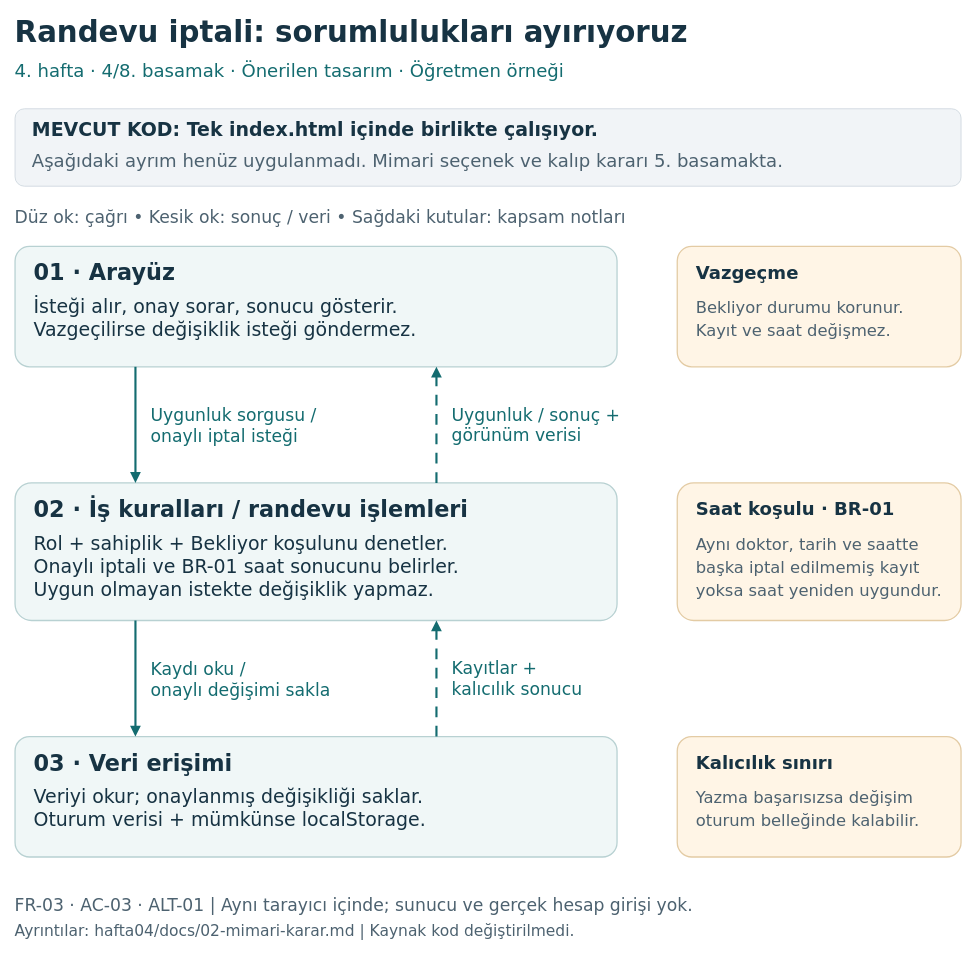
pozelll/-klinik-randevu-ogretmen keeps this draw.io diagram as hafta04/diagrams/01-bilesen.drawio. Above is the earlier version. Source tidied: cells renumbered, new cells numbered last; positions are measured from the earlier drawing's top-left corner, leaving out a move shared by most shapes. Both pictures are drawn from the tidied source at 86%, with x=0, y=0 at pixel (15, 19).
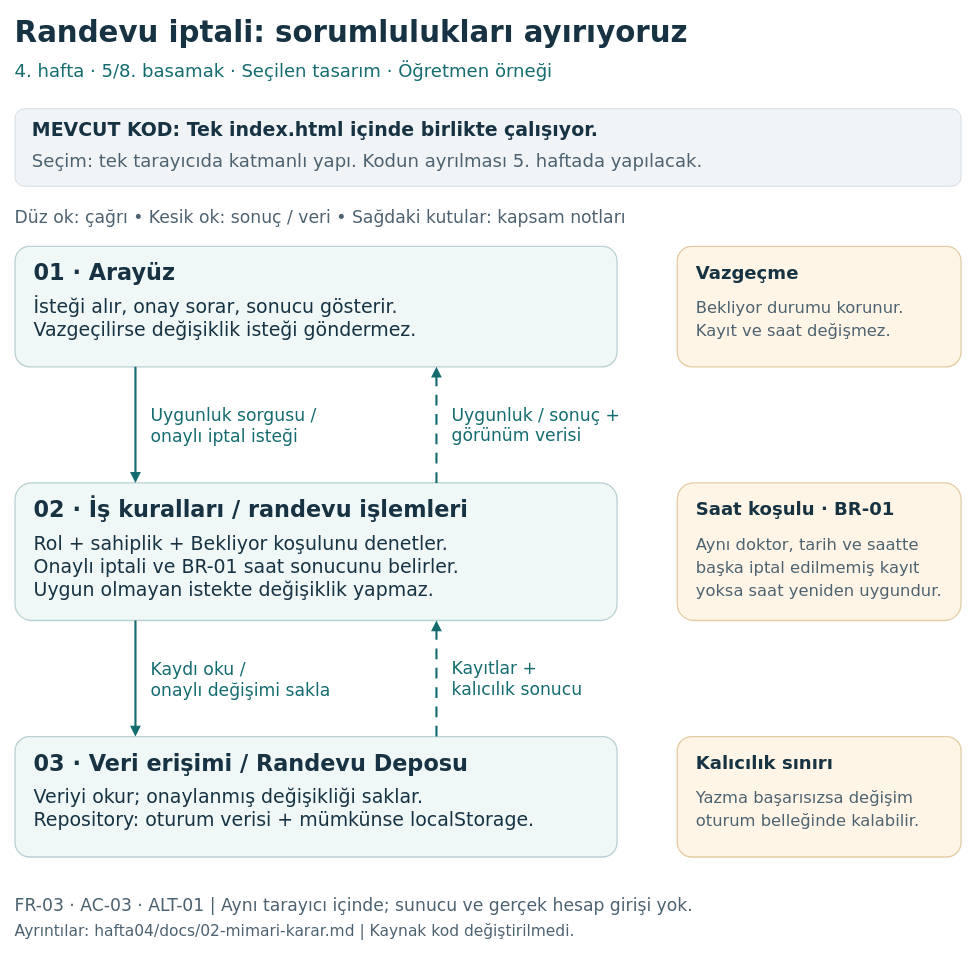
After the change.

Commit message (it also covers changes not shown here):
docs: choose H4 layered design and scoped appointment repository

Unchanged cells that the change refers to:
```xml
<mxCell id="4" style="fontFamily=DejaVu Sans;fontSize=22;fontColor=#173343;html=0;whiteSpace=wrap;align=left;verticalAlign=middle;spacing=0;strokeColor=#CFD8DF;fillColor=#F1F4F7;strokeWidth=1;rounded=1;arcSize=12;" parent="1" vertex="1">
  <mxGeometry y="104" width="1100" height="90" as="geometry" />
</mxCell>
<mxCell id="26" style="fontFamily=DejaVu Sans;fontSize=22;fontColor=#173343;html=0;whiteSpace=wrap;align=left;verticalAlign=middle;spacing=0;strokeColor=#B8D1D2;fillColor=#F0F7F7;strokeWidth=1.5;rounded=1;arcSize=12;" parent="1" vertex="1">
  <mxGeometry y="834" width="700" height="140" as="geometry" />
</mxCell>
```

Diff of the diagram source:
```diff
@@
-    <mxCell id="3" value="4. hafta · 4/8. basamak · Önerilen tasarım · Öğretmen örneği" style="fontFamily=DejaVu Sans;fontSize=21;fontColor=#146C70;html=0;whiteSpace=wrap;align=left;verticalAlign=middle;spacing=0;strokeColor=none;fillColor=none;fontStyle=0;" parent="1" vertex="1">
+    <mxCell id="3" value="4. hafta · 5/8. basamak · Seçilen tasarım · Öğretmen örneği" style="fontFamily=DejaVu Sans;fontSize=21;fontColor=#146C70;html=0;whiteSpace=wrap;align=left;verticalAlign=middle;spacing=0;strokeColor=none;fillColor=none;fontStyle=0;" parent="1" vertex="1">
       <mxGeometry y="46" width="1100" height="30" as="geometry" />
     </mxCell>
@@
-    <mxCell id="6" value="Aşağıdaki ayrım henüz uygulanmadı. Mimari seçenek ve kalıp kararı 5. basamakta." style="fontFamily=DejaVu Sans;fontSize=21;fontColor=#4D6270;html=0;whiteSpace=wrap;align=left;verticalAlign=middle;spacing=0;strokeColor=none;fillColor=none;fontStyle=0;" parent="4" vertex="1">
+    <mxCell id="6" value="Seçim: tek tarayıcıda katmanlı yapı. Kodun ayrılması 5. haftada yapılacak." style="fontFamily=DejaVu Sans;fontSize=21;fontColor=#4D6270;html=0;whiteSpace=wrap;align=left;verticalAlign=middle;spacing=0;strokeColor=none;fillColor=none;fontStyle=0;" parent="4" vertex="1">
       <mxGeometry x="20" y="46" width="1060" height="30" as="geometry" />
     </mxCell>
@@
-    <mxCell id="27" value="03 · Veri erişimi" style="fontFamily=DejaVu Sans;fontSize=26;fontColor=#173343;html=0;whiteSpace=wrap;align=left;verticalAlign=middle;spacing=0;strokeColor=none;fillColor=none;fontStyle=1;" parent="26" vertex="1">
+    <mxCell id="27" value="03 · Veri erişimi / Randevu Deposu" style="fontFamily=DejaVu Sans;fontSize=26;fontColor=#173343;html=0;whiteSpace=wrap;align=left;verticalAlign=middle;spacing=0;strokeColor=none;fillColor=none;fontStyle=1;" parent="26" vertex="1">
       <mxGeometry x="22" y="16" width="656" height="30" as="geometry" />
     </mxCell>
@@
-    <mxCell id="29" value="Oturum verisi + mümkünse localStorage." style="fontFamily=DejaVu Sans;fontSize=22;fontColor=#173343;html=0;whiteSpace=wrap;align=left;verticalAlign=middle;spacing=0;strokeColor=none;fillColor=none;fontStyle=0;" parent="26" vertex="1">
+    <mxCell id="29" value="Repository: oturum verisi + mümkünse localStorage." style="fontFamily=DejaVu Sans;fontSize=22;fontColor=#173343;html=0;whiteSpace=wrap;align=left;verticalAlign=middle;spacing=0;strokeColor=none;fillColor=none;fontStyle=0;" parent="26" vertex="1">
       <mxGeometry x="22" y="83" width="656" height="30" as="geometry" />
     </mxCell>
```
